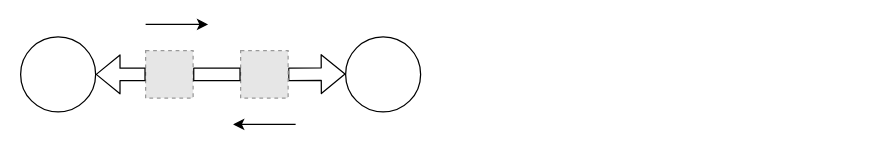
This is collision_avoidance.drawio from YifengWei1999/4YP_diagrams, a draw.io file, before an edit. Source tidied: cells renumbered, new cells numbered last; positions are measured from the earlier drawing's top-left corner, leaving out a move shared by most shapes. Both pictures are drawn from the tidied source at 125%, with x=0, y=0 at pixel (20, 24). Pictures stored in the file or linked from it are replaced by grey dashed boxes.
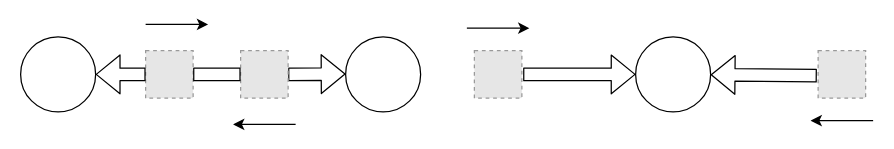
The same page after the edit.

What changed in the source:
```diff
@@
+    <mxCell id="11" style="ellipse;whiteSpace=wrap;html=1;" parent="1" vertex="1">
+      <mxGeometry x="492" y="10" width="60" height="60" as="geometry" />
+    </mxCell>
+    <mxCell id="12" style="shape=flexArrow;endArrow=classic;html=1;" parent="1" edge="1" target="11">
+      <mxGeometry relative="1" as="geometry">
+        <mxPoint x="402" y="40" as="sourcePoint" />
+      </mxGeometry>
+    </mxCell>
+    <mxCell id="13" style="shape=flexArrow;endArrow=classic;html=1;" parent="1" edge="1" target="11">
+      <mxGeometry relative="1" as="geometry">
+        <mxPoint x="637" y="41" as="sourcePoint" />
+      </mxGeometry>
+    </mxCell>
+    <mxCell id="14" style="fillColor=#E6E6E6;strokeColor=#999999;dashed=1;html=1;verticalAlign=top;verticalLabelPosition=bottom;labelBackgroundColor=#ffffff;" parent="1" vertex="1">
+      <mxGeometry x="363" y="21" width="38" height="38" as="geometry" />
+    </mxCell>
+    <mxCell id="15" style="fillColor=#E6E6E6;strokeColor=#999999;dashed=1;html=1;verticalAlign=top;verticalLabelPosition=bottom;labelBackgroundColor=#ffffff;" parent="1" vertex="1">
+      <mxGeometry x="638" y="21" width="38" height="38" as="geometry" />
+    </mxCell>
+    <mxCell id="16" style="endArrow=classic;html=1;" parent="1" edge="1">
+      <mxGeometry relative="1" as="geometry">
+        <mxPoint x="357" y="3" as="sourcePoint" />
+        <mxPoint x="407" y="3" as="targetPoint" />
+      </mxGeometry>
+    </mxCell>
+    <mxCell id="17" style="endArrow=classic;html=1;" parent="1" edge="1">
+      <mxGeometry relative="1" as="geometry">
+        <mxPoint x="682" y="77" as="sourcePoint" />
+        <mxPoint x="632" y="77" as="targetPoint" />
+      </mxGeometry>
+    </mxCell>
```
